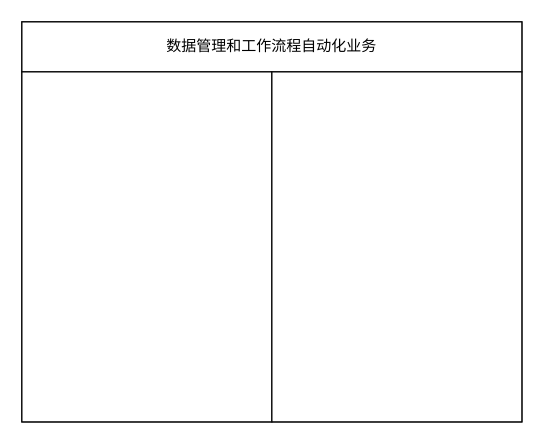
tangyaosimida/love keeps this draw.io diagram as 低——项目背景——研究内容.drawio. Above is the earlier version. Source tidied: cells renumbered, new cells numbered last; positions are measured from the earlier drawing's top-left corner, leaving out a move shared by most shapes. Both pictures are drawn from the tidied source at 125%, with x=0, y=0 at pixel (21, 21).
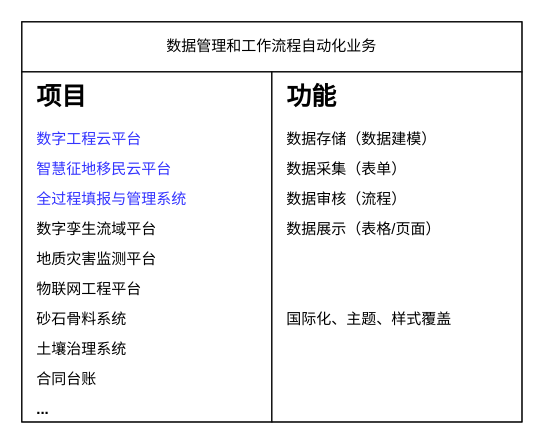
The same diagram, later.

Commit message (it also covers changes not shown here):
更新低——项目背景——研究内容.drawio

Diff of the diagram source:
```diff
@@
 <mxGraphModel>
   <root>
     <mxCell id="0" />
     <mxCell id="1" parent="0" />
     <mxCell id="2" style="rounded=0;whiteSpace=wrap;html=1;" parent="1" vertex="1">
       <mxGeometry width="400" height="320" as="geometry" />
     </mxCell>
     <mxCell id="3" value="数据管理和工作流程自动化业务" style="rounded=0;whiteSpace=wrap;html=1;" parent="1" vertex="1">
       <mxGeometry width="400" height="40" as="geometry" />
     </mxCell>
     <mxCell id="4" style="rounded=0;whiteSpace=wrap;html=1;" parent="1" vertex="1">
       <mxGeometry y="40" width="200" height="280" as="geometry" />
     </mxCell>
     <mxCell id="5" style="rounded=0;whiteSpace=wrap;html=1;" parent="1" vertex="1">
       <mxGeometry x="200" y="40" width="200" height="280" as="geometry" />
     </mxCell>
+    <mxCell id="6" value="&lt;h1 style=&quot;margin-top: 0px; line-height: 100%;&quot;&gt;&lt;font style=&quot;font-size: 20px;&quot;&gt;项目&lt;/font&gt;&lt;/h1&gt;&lt;p style=&quot;line-height: 100%;&quot;&gt;&lt;font color=&quot;#3333ff&quot;&gt;数字工程云平台&lt;/font&gt;&lt;/p&gt;&lt;p style=&quot;line-height: 100%;&quot;&gt;&lt;font color=&quot;#3333ff&quot;&gt;智慧征地移民云平台&lt;/font&gt;&lt;/p&gt;&lt;p style=&quot;line-height: 100%;&quot;&gt;&lt;font color=&quot;#3333ff&quot;&gt;全过程填报与管理系统&lt;/font&gt;&lt;/p&gt;&lt;p style=&quot;line-height: 100%;&quot;&gt;数字孪生流域平台&lt;/p&gt;&lt;p style=&quot;line-height: 100%;&quot;&gt;地质灾害监测平台&lt;/p&gt;&lt;p style=&quot;line-height: 100%;&quot;&gt;物联网工程平台&lt;/p&gt;&lt;p style=&quot;line-height: 100%;&quot;&gt;&lt;span style=&quot;background-color: initial;&quot;&gt;砂石骨料系统&lt;/span&gt;&lt;br&gt;&lt;/p&gt;&lt;p style=&quot;line-height: 100%;&quot;&gt;土壤治理系统&lt;/p&gt;&lt;p style=&quot;line-height: 100%;&quot;&gt;合同台账&lt;/p&gt;&lt;p style=&quot;line-height: 100%;&quot;&gt;&lt;b&gt;...&lt;/b&gt;&lt;/p&gt;" style="text;html=1;whiteSpace=wrap;overflow=hidden;rounded=0;" parent="1" vertex="1">
+      <mxGeometry x="10" y="40" width="180" height="280" as="geometry" />
+    </mxCell>
+    <mxCell id="7" value="&lt;h1 style=&quot;margin-top: 0px; line-height: 100%;&quot;&gt;&lt;span style=&quot;font-size: 20px;&quot;&gt;功能&lt;/span&gt;&lt;/h1&gt;&lt;p style=&quot;line-height: 100%;&quot;&gt;数据存储（数据建模）&lt;/p&gt;&lt;p style=&quot;line-height: 100%;&quot;&gt;数据采集（表单）&lt;/p&gt;&lt;p style=&quot;line-height: 100%;&quot;&gt;数据审核（流程）&lt;/p&gt;&lt;p style=&quot;line-height: 100%;&quot;&gt;数据展示（表格/页面）&lt;/p&gt;&lt;p style=&quot;line-height: 100%;&quot;&gt;&lt;br&gt;&lt;/p&gt;&lt;p style=&quot;line-height: 100%;&quot;&gt;&lt;br&gt;&lt;/p&gt;&lt;p style=&quot;line-height: 100%;&quot;&gt;国际化、主题、样式覆盖&lt;/p&gt;" style="text;html=1;whiteSpace=wrap;overflow=hidden;rounded=0;" parent="1" vertex="1">
+      <mxGeometry x="210" y="40" width="180" height="280" as="geometry" />
+    </mxCell>
   </root>
 </mxGraphModel>
```
